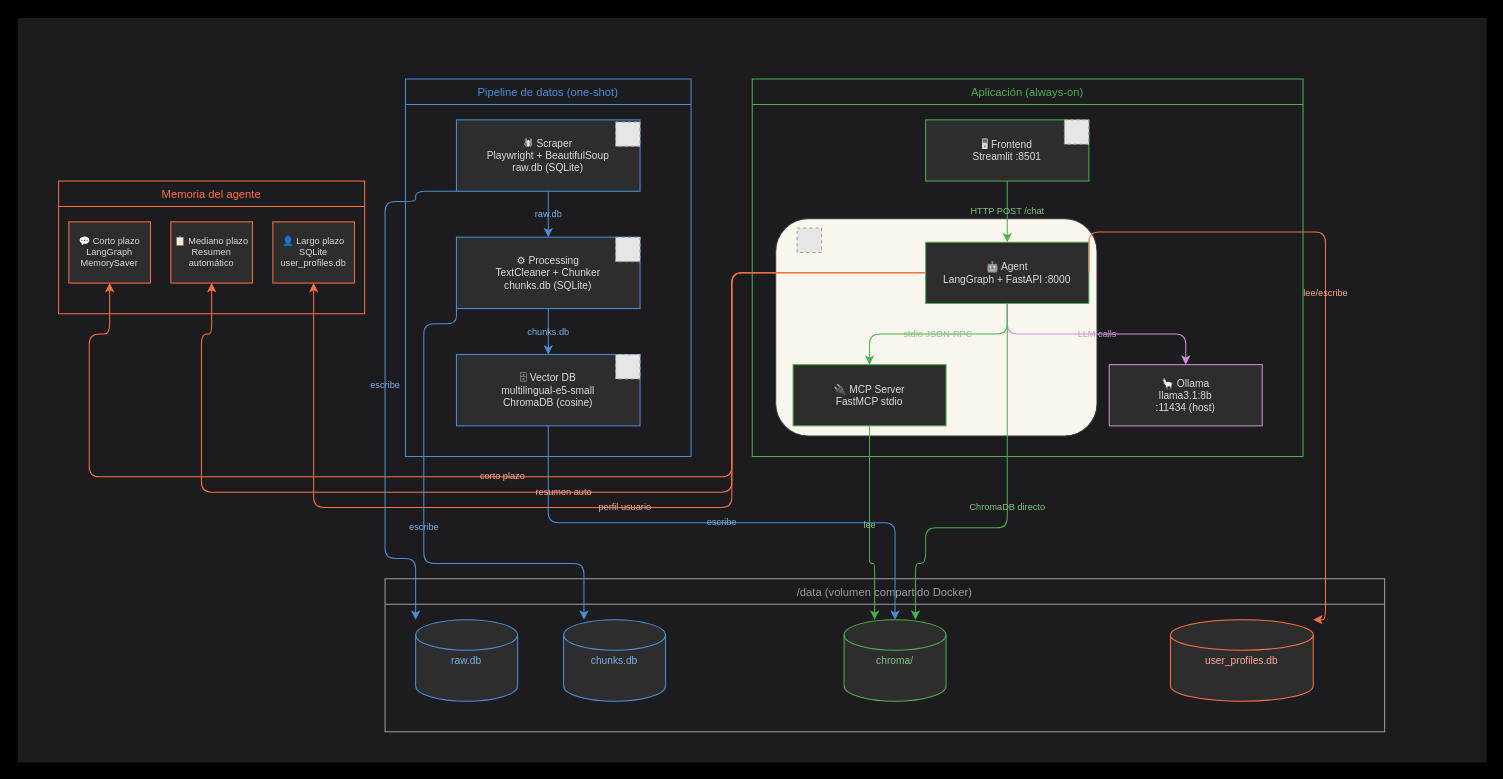
Earlier version of the draw.io diagram page "Página-2" (2 of 2) of rag_bancolombia.drawio (EmanuelVlez/chat-bot-rag-bancolombia). Source tidied: cells renumbered, new cells numbered last; positions are measured from the earlier drawing's top-left corner, leaving out a move shared by most shapes. Both pictures are drawn from the tidied source at 102%, with x=0, y=0 at pixel (17, 17). Pictures stored in the file or linked from it are replaced by grey dashed boxes.
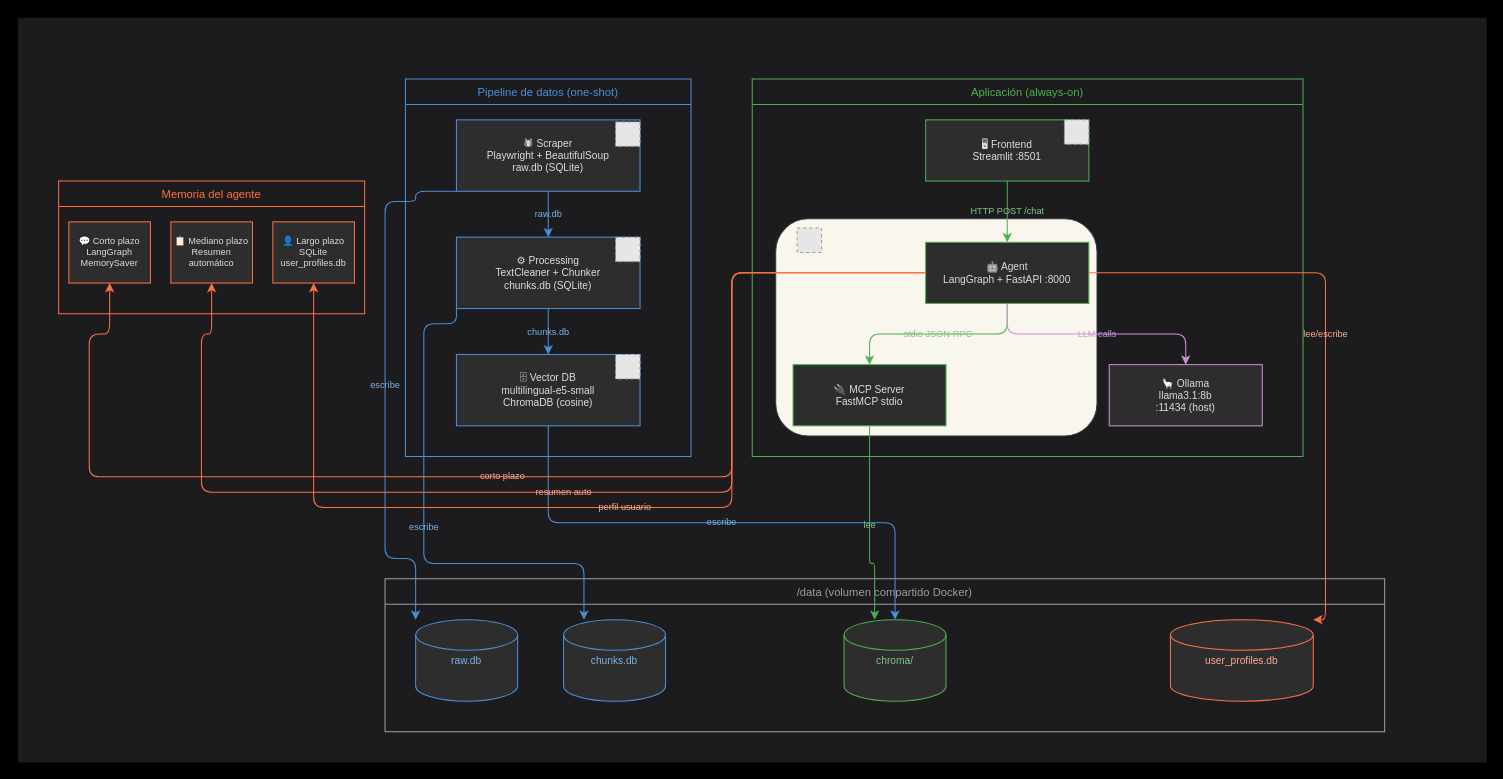
The same page after the edit.

Commit message (it also covers changes not shown here):
update arquitecture and readme description project

Unchanged cells that the change refers to:
```xml
<mxCell id="15" value="🤖 Agent&#10;LangGraph + FastAPI :8000" style="rounded=0;whiteSpace=wrap;html=1;fillColor=#2d2d2d;strokeColor=#4CAF50;fontColor=#dddddd;fontSize=10;align=center;" parent="12" vertex="1">
  <mxGeometry x="170" y="160" width="160" height="60" as="geometry" />
</mxCell>
<mxCell id="30" value="chroma/" style="shape=cylinder3;whiteSpace=wrap;html=1;fillColor=#2d2d2d;strokeColor=#4CAF50;fontColor=#81C784;fontSize=10;" parent="27" vertex="1">
  <mxGeometry x="450" y="40" width="100" height="80" as="geometry" />
</mxCell>
<mxCell id="31" value="user_profiles.db" style="shape=cylinder3;whiteSpace=wrap;html=1;fillColor=#2d2d2d;strokeColor=#FF7043;fontColor=#FFAB91;fontSize=10;" parent="27" vertex="1">
  <mxGeometry x="770" y="40" width="140" height="80" as="geometry" />
</mxCell>
```

The edit, as a diff of the source:
```diff
@@
-    <mxCell id="36" value="ChromaDB directo" style="edgeStyle=orthogonalEdgeStyle;html=1;strokeColor=#4CAF50;fontColor=#81C784;fontSize=9;fontStyle=0;labelBackgroundColor=none;labelBorderColor=none;exitX=0.5;exitY=1;exitDx=0;exitDy=0;entryX=0.7;entryY=0;entryDx=0;entryDy=0;" parent="1" edge="1" source="15" target="30">
-      <mxGeometry relative="1" as="geometry">
-        <Array as="points">
-          <mxPoint x="890" y="500" />
-          <mxPoint x="890" y="535" />
-          <mxPoint x="880" y="535" />
-        </Array>
-      </mxGeometry>
-    </mxCell>
     <mxCell id="37" value="lee/escribe" style="edgeStyle=orthogonalEdgeStyle;html=1;strokeColor=#FF7043;fontColor=#FFAB91;fontSize=9;fontStyle=0;labelBackgroundColor=none;labelBorderColor=none;exitX=1;exitY=0.5;exitDx=0;exitDy=0;entryX=1;entryY=0;entryDx=0;entryDy=0;" parent="1" edge="1" source="15" target="31">
       <mxGeometry relative="1" as="geometry">
         <Array as="points">
-          <mxPoint x="1050" y="210" />
-          <mxPoint x="1282" y="210" />
+          <mxPoint x="1282" y="250" />
           <mxPoint x="1282" y="590" />
         </Array>
       </mxGeometry>
     </mxCell>
```
